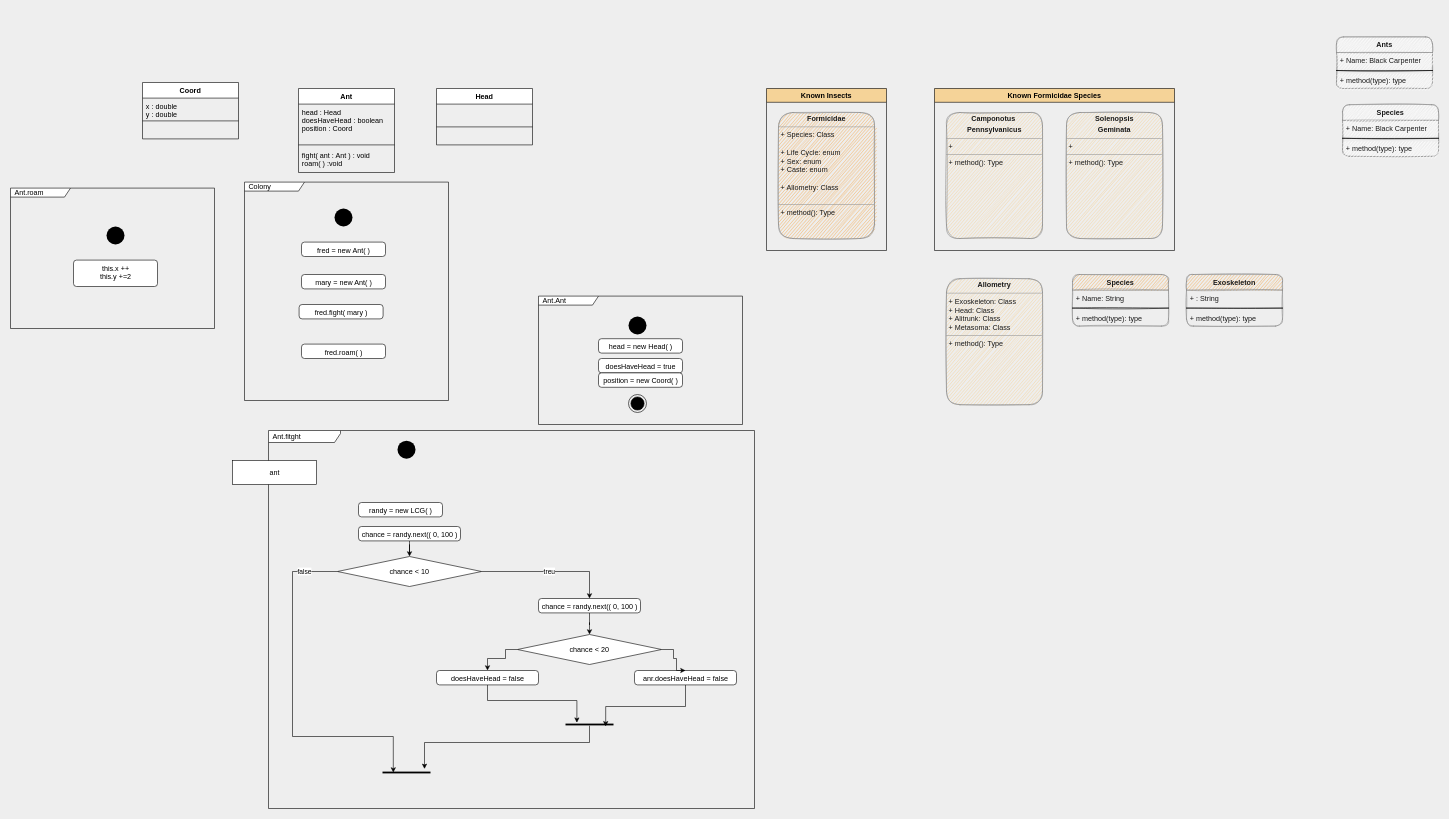
This is CSCS2420_Java/AntColony/ant_class_diagram.drawio from AshBC91/CCC-projects-portfolio, a draw.io file, before an edit. Source tidied: cells renumbered, new cells numbered last; positions are measured from the earlier drawing's top-left corner, leaving out a move shared by most shapes. Both pictures are drawn from the tidied source at 60%, with x=0, y=0 at pixel (10, 37).
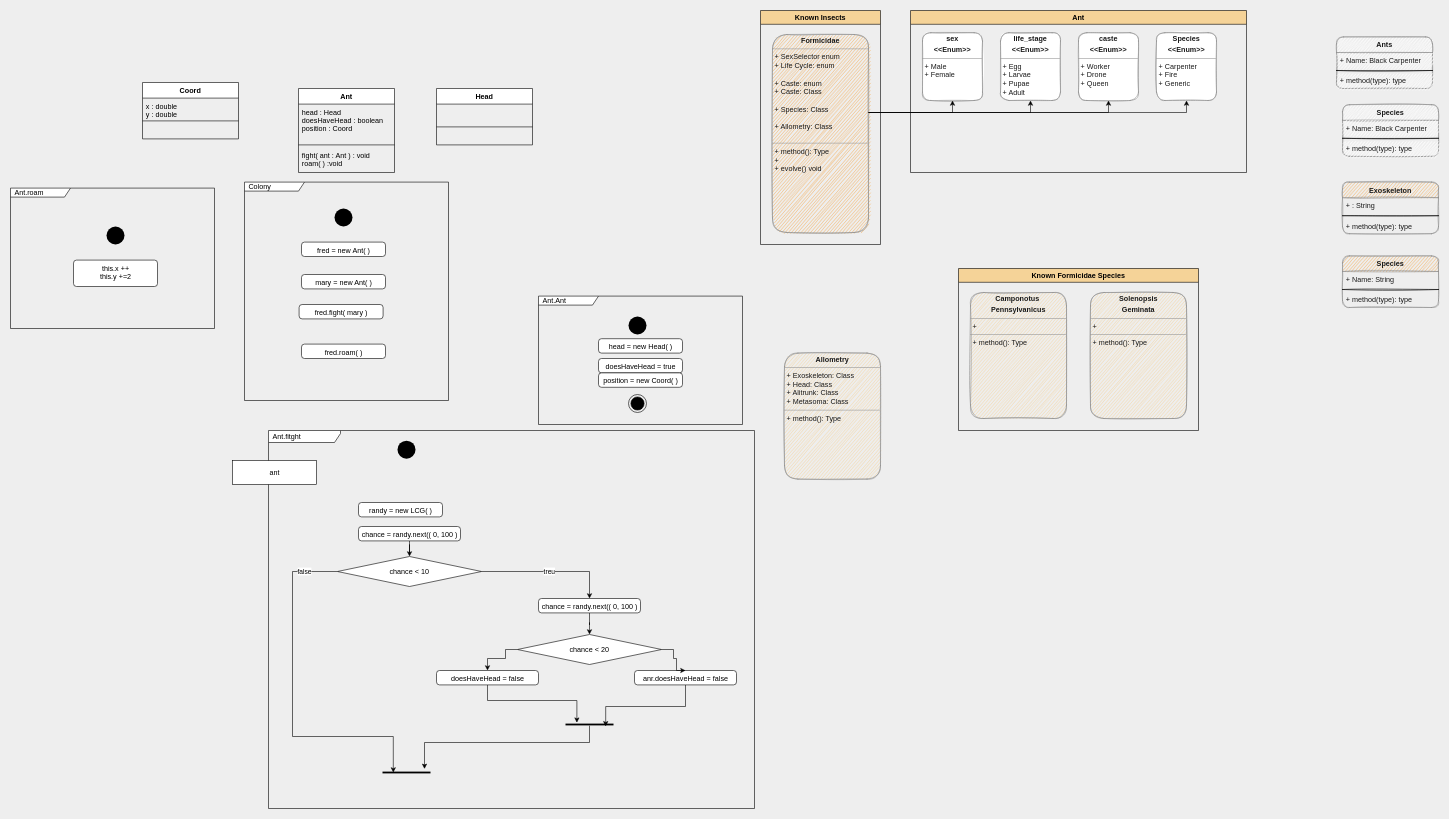
The same page after the edit.

Commit message (it also covers changes not shown here):
making progress

The edit, as a diff of the source:
```diff
@@
     <mxCell id="2" value="Species" style="swimlane;fontStyle=1;align=center;verticalAlign=top;horizontal=1;startSize=26;rounded=1;sketch=1;fillStyle=auto;fontColor=#1A1A1A;strokeColor=#909090;fillColor=#F5AB50;" parent="1" vertex="1">
-      <mxGeometry x="1770" y="396" width="160" height="86" as="geometry" />
+      <mxGeometry x="2220" y="365" width="160" height="86" as="geometry" />
     </mxCell>
@@
     <mxCell id="14" value="&lt;p style=&quot;margin: 0px ; margin-top: 4px ; text-align: center&quot;&gt;&lt;b&gt;Allometry&lt;/b&gt;&lt;/p&gt;&lt;hr size=&quot;1&quot;&gt;&lt;p style=&quot;margin: 0px ; margin-left: 4px&quot;&gt;+ Exoskeleton: Class&lt;/p&gt;&lt;p style=&quot;margin: 0px ; margin-left: 4px&quot;&gt;+ Head: Class&lt;/p&gt;&lt;p style=&quot;margin: 0px ; margin-left: 4px&quot;&gt;+ Alitrunk: Class&lt;/p&gt;&lt;p style=&quot;margin: 0px ; margin-left: 4px&quot;&gt;+ Metasoma: Class&lt;/p&gt;&lt;hr size=&quot;1&quot;&gt;&lt;p style=&quot;margin: 0px ; margin-left: 4px&quot;&gt;+ method(): Type&lt;/p&gt;" style="verticalAlign=top;align=left;overflow=fill;fontSize=12;fontFamily=Helvetica;html=1;rounded=1;fillColor=#F5D398;strokeColor=#909090;fontColor=#1A1A1A;sketch=1;fillStyle=auto;arcSize=14;" parent="1" vertex="1">
-      <mxGeometry x="1560" y="403" width="160" height="210" as="geometry" />
+      <mxGeometry x="1290" y="527" width="160" height="210" as="geometry" />
     </mxCell>
     <mxCell id="15" value="Exoskeleton" style="swimlane;fontStyle=1;align=center;verticalAlign=top;horizontal=1;startSize=26;rounded=1;sketch=1;fillStyle=auto;fontColor=#1A1A1A;strokeColor=#909090;fillColor=#F5AB50;" parent="1" vertex="1">
-      <mxGeometry x="1960" y="396" width="160" height="86" as="geometry" />
+      <mxGeometry x="2220" y="242" width="160" height="86" as="geometry" />
     </mxCell>
@@
     <mxCell id="67" value="Known Insects" style="swimlane;whiteSpace=wrap;html=1;fillColor=#F5D398;" parent="1" vertex="1">
-      <mxGeometry x="1260" y="86" width="200" height="270" as="geometry" />
+      <mxGeometry x="1250" y="-44" width="200" height="390" as="geometry" />
     </mxCell>
-    <mxCell id="68" value="&lt;p style=&quot;margin: 0px ; margin-top: 4px ; text-align: center&quot;&gt;&lt;b&gt;Formicidae&lt;/b&gt;&lt;/p&gt;&lt;hr size=&quot;1&quot;&gt;&lt;p style=&quot;margin: 0px ; margin-left: 4px&quot;&gt;+ Species: Class&lt;br&gt;&lt;/p&gt;&lt;p style=&quot;margin: 0px ; margin-left: 4px&quot;&gt;&lt;br&gt;&lt;/p&gt;&lt;p style=&quot;margin: 0px ; margin-left: 4px&quot;&gt;+ Life Cycle: enum&lt;br&gt;&lt;/p&gt;&lt;p style=&quot;margin: 0px ; margin-left: 4px&quot;&gt;+ Sex: enum&lt;br&gt;&lt;/p&gt;&lt;p style=&quot;margin: 0px ; margin-left: 4px&quot;&gt;+ Caste: enum&lt;/p&gt;&lt;p style=&quot;margin: 0px ; margin-left: 4px&quot;&gt;&lt;br&gt;&lt;/p&gt;&lt;p style=&quot;margin: 0px ; margin-left: 4px&quot;&gt;&lt;span style=&quot;background-color: initial;&quot;&gt;+ Allometry: Class&lt;/span&gt;&lt;br&gt;&lt;/p&gt;&lt;p style=&quot;margin: 0px ; margin-left: 4px&quot;&gt;&lt;br&gt;&lt;/p&gt;&lt;hr size=&quot;1&quot;&gt;&lt;p style=&quot;margin: 0px ; margin-left: 4px&quot;&gt;+ method(): Type&lt;/p&gt;" style="verticalAlign=top;align=left;overflow=fill;fontSize=12;fontFamily=Helvetica;html=1;rounded=1;fillColor=#F5AB50;strokeColor=#909090;fontColor=#1A1A1A;sketch=1;fillStyle=auto;" parent="67" vertex="1">
-      <mxGeometry x="20" y="40" width="160" height="210" as="geometry" />
+    <mxCell id="68" value="&lt;p style=&quot;margin: 0px ; margin-top: 4px ; text-align: center&quot;&gt;&lt;b&gt;Formicidae&lt;/b&gt;&lt;/p&gt;&lt;hr size=&quot;1&quot;&gt;&lt;p style=&quot;margin: 0px ; margin-left: 4px&quot;&gt;&lt;span style=&quot;background-color: initial;&quot;&gt;+ SexSelector enum&lt;/span&gt;&lt;/p&gt;&lt;p style=&quot;margin: 0px ; margin-left: 4px&quot;&gt;+ Life Cycle: enum&lt;/p&gt;&lt;p style=&quot;margin: 0px ; margin-left: 4px&quot;&gt;&lt;br&gt;&lt;/p&gt;&lt;p style=&quot;margin: 0px ; margin-left: 4px&quot;&gt;+ Caste: enum&lt;/p&gt;&lt;p style=&quot;margin: 0px ; margin-left: 4px&quot;&gt;+ Caste: Class&lt;br&gt;&lt;/p&gt;&lt;p style=&quot;margin: 0px ; margin-left: 4px&quot;&gt;&lt;br&gt;&lt;/p&gt;&lt;p style=&quot;margin: 0px ; margin-left: 4px&quot;&gt;+ Species: Class&lt;br&gt;&lt;/p&gt;&lt;p style=&quot;margin: 0px ; margin-left: 4px&quot;&gt;&lt;br&gt;&lt;/p&gt;&lt;p style=&quot;margin: 0px ; margin-left: 4px&quot;&gt;&lt;span style=&quot;background-color: initial;&quot;&gt;+ Allometry: Class&lt;/span&gt;&lt;br&gt;&lt;/p&gt;&lt;p style=&quot;margin: 0px ; margin-left: 4px&quot;&gt;&lt;br&gt;&lt;/p&gt;&lt;hr size=&quot;1&quot;&gt;&lt;p style=&quot;margin: 0px ; margin-left: 4px&quot;&gt;+ method(): Type&lt;/p&gt;&lt;p style=&quot;margin: 0px ; margin-left: 4px&quot;&gt;+&amp;nbsp;&lt;/p&gt;&lt;p style=&quot;margin: 0px ; margin-left: 4px&quot;&gt;+ evolve() void&lt;/p&gt;&lt;p style=&quot;margin: 0px ; margin-left: 4px&quot;&gt;&lt;br&gt;&lt;/p&gt;" style="verticalAlign=top;align=left;overflow=fill;fontSize=12;fontFamily=Helvetica;html=1;rounded=1;fillColor=#F5AB50;strokeColor=#909090;fontColor=#1A1A1A;sketch=1;fillStyle=auto;" parent="67" vertex="1">
+      <mxGeometry x="20" y="40" width="160" height="330" as="geometry" />
     </mxCell>
     <mxCell id="69" style="group;" parent="1" vertex="1">
-      <mxGeometry x="1540" y="86" width="400" height="270" as="geometry" />
+      <mxGeometry x="1580" y="386" width="400" height="270" as="geometry" />
     </mxCell>
@@
+    <mxCell id="73" value="Ant" style="swimlane;whiteSpace=wrap;html=1;fillColor=#F5D398;" parent="1" vertex="1">
+      <mxGeometry x="1500" y="-44" width="560" height="270" as="geometry" />
+    </mxCell>
+    <mxCell id="74" value="&lt;p style=&quot;margin: 0px ; margin-top: 4px ; text-align: center&quot;&gt;&lt;b&gt;sex&lt;/b&gt;&lt;/p&gt;&lt;p style=&quot;margin: 0px ; margin-top: 4px ; text-align: center&quot;&gt;&lt;b&gt;&amp;lt;&amp;lt;Enum&amp;gt;&amp;gt;&lt;/b&gt;&lt;/p&gt;&lt;hr size=&quot;1&quot;&gt;&lt;p style=&quot;margin: 0px ; margin-left: 4px&quot;&gt;+ Male&lt;/p&gt;&lt;p style=&quot;margin: 0px ; margin-left: 4px&quot;&gt;+ Female&lt;/p&gt;" style="verticalAlign=top;align=left;overflow=fill;fontSize=12;fontFamily=Helvetica;html=1;rounded=1;fillColor=#FFFFFF;strokeColor=#909090;fontColor=#1A1A1A;sketch=1;fillStyle=auto;arcSize=14;" parent="73" vertex="1">
+      <mxGeometry x="20" y="37" width="100" height="113" as="geometry" />
+    </mxCell>
+    <mxCell id="75" value="&lt;p style=&quot;margin: 0px ; margin-top: 4px ; text-align: center&quot;&gt;&lt;b&gt;life_stage&lt;/b&gt;&lt;/p&gt;&lt;p style=&quot;margin: 0px ; margin-top: 4px ; text-align: center&quot;&gt;&lt;b&gt;&amp;lt;&amp;lt;Enum&amp;gt;&amp;gt;&lt;/b&gt;&lt;/p&gt;&lt;hr size=&quot;1&quot;&gt;&lt;p style=&quot;margin: 0px ; margin-left: 4px&quot;&gt;+ Egg&lt;/p&gt;&lt;p style=&quot;margin: 0px ; margin-left: 4px&quot;&gt;+ Larvae&lt;/p&gt;&lt;p style=&quot;margin: 0px ; margin-left: 4px&quot;&gt;+ Pupae&lt;/p&gt;&lt;p style=&quot;margin: 0px ; margin-left: 4px&quot;&gt;+ Adult&lt;/p&gt;" style="verticalAlign=top;align=left;overflow=fill;fontSize=12;fontFamily=Helvetica;html=1;rounded=1;fillColor=#FFFFFF;strokeColor=#909090;fontColor=#1A1A1A;sketch=1;fillStyle=auto;arcSize=14;" parent="73" vertex="1">
+      <mxGeometry x="150" y="37" width="100" height="113" as="geometry" />
+    </mxCell>
+    <mxCell id="76" value="&lt;p style=&quot;margin: 0px ; margin-top: 4px ; text-align: center&quot;&gt;&lt;b&gt;caste&lt;/b&gt;&lt;/p&gt;&lt;p style=&quot;margin: 0px ; margin-top: 4px ; text-align: center&quot;&gt;&lt;b&gt;&amp;lt;&amp;lt;Enum&amp;gt;&amp;gt;&lt;/b&gt;&lt;/p&gt;&lt;hr size=&quot;1&quot;&gt;&lt;p style=&quot;margin: 0px ; margin-left: 4px&quot;&gt;+ Worker&lt;/p&gt;&lt;p style=&quot;margin: 0px ; margin-left: 4px&quot;&gt;+ Drone&lt;/p&gt;&lt;p style=&quot;margin: 0px ; margin-left: 4px&quot;&gt;+ Queen&lt;/p&gt;" style="verticalAlign=top;align=left;overflow=fill;fontSize=12;fontFamily=Helvetica;html=1;rounded=1;fillColor=#FFFFFF;strokeColor=#909090;fontColor=#1A1A1A;sketch=1;fillStyle=auto;arcSize=14;" parent="73" vertex="1">
+      <mxGeometry x="280" y="37" width="100" height="113" as="geometry" />
+    </mxCell>
+    <mxCell id="77" value="&lt;p style=&quot;margin: 0px ; margin-top: 4px ; text-align: center&quot;&gt;&lt;b&gt;Species&lt;/b&gt;&lt;/p&gt;&lt;p style=&quot;margin: 0px ; margin-top: 4px ; text-align: center&quot;&gt;&lt;b&gt;&amp;lt;&amp;lt;Enum&amp;gt;&amp;gt;&lt;/b&gt;&lt;/p&gt;&lt;hr size=&quot;1&quot;&gt;&lt;p style=&quot;margin: 0px ; margin-left: 4px&quot;&gt;+ Carpenter&lt;/p&gt;&lt;p style=&quot;margin: 0px ; margin-left: 4px&quot;&gt;+ Fire&lt;/p&gt;&lt;p style=&quot;margin: 0px ; margin-left: 4px&quot;&gt;+ Generic&lt;/p&gt;" style="verticalAlign=top;align=left;overflow=fill;fontSize=12;fontFamily=Helvetica;html=1;rounded=1;fillColor=#FFFFFF;strokeColor=#909090;fontColor=#1A1A1A;sketch=1;fillStyle=auto;arcSize=14;" parent="73" vertex="1">
+      <mxGeometry x="410" y="37" width="100" height="113" as="geometry" />
+    </mxCell>
+    <mxCell id="78" style="edgeStyle=orthogonalEdgeStyle;rounded=0;jettySize=auto;html=1;entryX=0.5;entryY=1;entryDx=0;entryDy=0;" parent="1" edge="1" source="68" target="74">
+      <mxGeometry relative="1" as="geometry">
+        <Array as="points">
+          <mxPoint x="1570" y="126" />
+        </Array>
+      </mxGeometry>
+    </mxCell>
+    <mxCell id="79" style="edgeStyle=orthogonalEdgeStyle;rounded=0;jettySize=auto;html=1;entryX=0.5;entryY=1;entryDx=0;entryDy=0;" parent="1" edge="1" source="68" target="75">
+      <mxGeometry relative="1" as="geometry">
+        <Array as="points">
+          <mxPoint x="1700" y="126" />
+        </Array>
+      </mxGeometry>
+    </mxCell>
+    <mxCell id="80" style="edgeStyle=orthogonalEdgeStyle;rounded=0;jettySize=auto;html=1;entryX=0.5;entryY=1;entryDx=0;entryDy=0;" parent="1" edge="1" source="68" target="76">
+      <mxGeometry relative="1" as="geometry">
+        <Array as="points">
+          <mxPoint x="1830" y="126" />
+        </Array>
+      </mxGeometry>
+    </mxCell>
+    <mxCell id="81" style="edgeStyle=orthogonalEdgeStyle;rounded=0;jettySize=auto;html=1;entryX=0.5;entryY=1;entryDx=0;entryDy=0;" parent="1" edge="1" source="68" target="77">
+      <mxGeometry relative="1" as="geometry">
+        <Array as="points">
+          <mxPoint x="1960" y="126" />
+        </Array>
+      </mxGeometry>
+    </mxCell>
```
